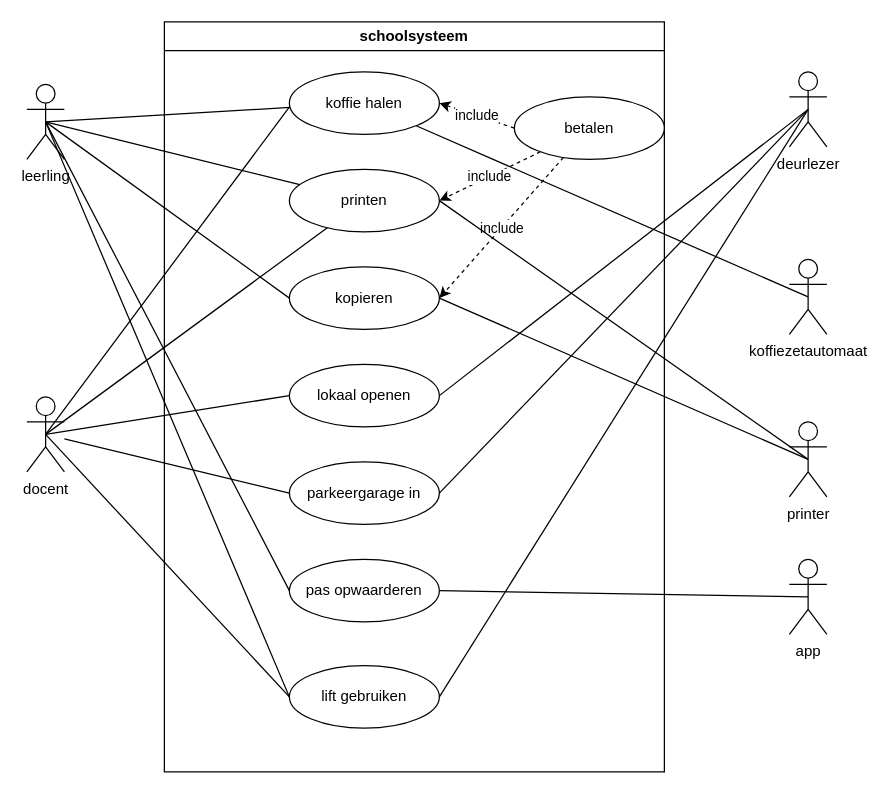
Yonaki51/OOP-extra-opdracht keeps this draw.io diagram as schoolsysteem.drawio. Above is the earlier version. Source tidied: cells renumbered, new cells numbered last; positions are measured from the earlier drawing's top-left corner, leaving out a move shared by most shapes. Both pictures are drawn from the tidied source at 125%, with x=0, y=0 at pixel (26, 21).
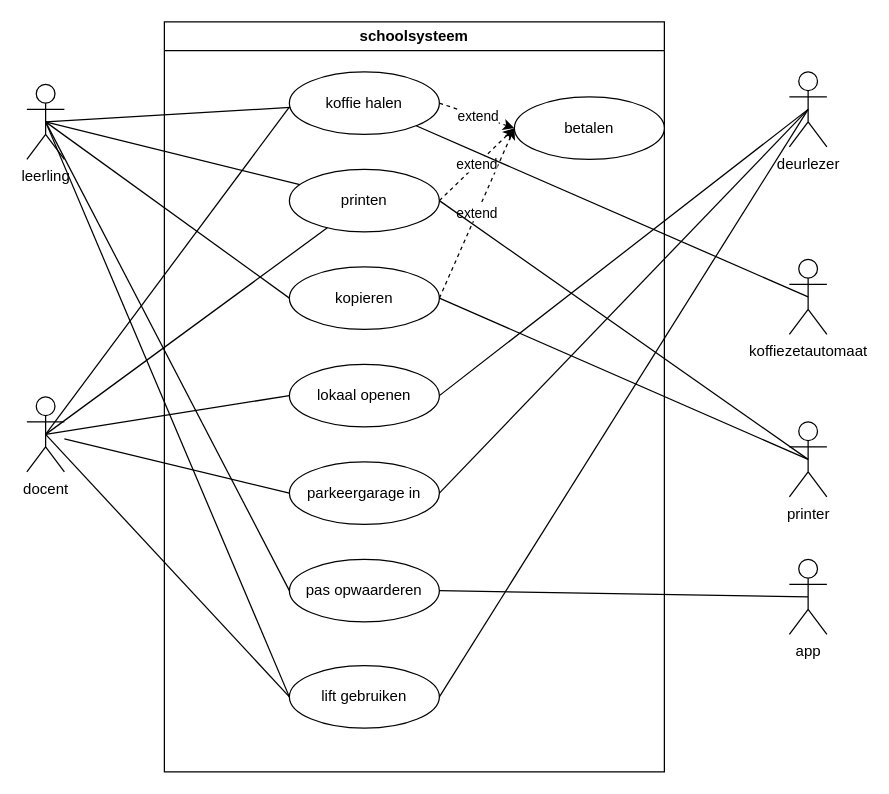
The same diagram, later.

Commit message:
include veranderd naar extend en de pijlen omgedraaid

The change refers to these unchanged cells:
```xml
<mxCell id="2" value="schoolsysteem" style="swimlane;whiteSpace=wrap;html=1;" parent="1" vertex="1">
  <mxGeometry x="110" width="400" height="600" as="geometry" />
</mxCell>
<mxCell id="3" value="koffie halen" style="ellipse;whiteSpace=wrap;html=1;" parent="2" vertex="1">
  <mxGeometry x="100" y="40" width="120" height="50" as="geometry" />
</mxCell>
<mxCell id="4" value="printen" style="ellipse;whiteSpace=wrap;html=1;" parent="2" vertex="1">
  <mxGeometry x="100" y="118" width="120" height="50" as="geometry" />
</mxCell>
<mxCell id="5" value="kopieren" style="ellipse;whiteSpace=wrap;html=1;" parent="2" vertex="1">
  <mxGeometry x="100" y="196" width="120" height="50" as="geometry" />
</mxCell>
<mxCell id="10" value="betalen" style="ellipse;whiteSpace=wrap;html=1;" parent="2" vertex="1">
  <mxGeometry x="280" y="60" width="120" height="50" as="geometry" />
</mxCell>
```

What changed in the source:
```diff
@@
-    <mxCell id="8" value="include" style="rounded=0;jettySize=auto;html=1;entryX=1;entryY=0.5;entryDx=0;entryDy=0;dashed=1;" parent="2" edge="1" source="10" target="5">
+    <mxCell id="8" value="extend" style="rounded=0;jettySize=auto;html=1;dashed=1;exitX=1;exitY=0.5;exitDx=0;exitDy=0;entryX=0;entryY=0.5;entryDx=0;entryDy=0;" parent="2" edge="1" source="5" target="10">
       <mxGeometry relative="1" as="geometry" />
     </mxCell>
-    <mxCell id="9" value="include" style="rounded=0;jettySize=auto;html=1;entryX=1;entryY=0.5;entryDx=0;entryDy=0;dashed=1;" parent="2" edge="1" source="10" target="4">
+    <mxCell id="9" value="extend" style="rounded=0;jettySize=auto;html=1;entryX=0;entryY=0.5;entryDx=0;entryDy=0;dashed=1;exitX=1;exitY=0.5;exitDx=0;exitDy=0;" parent="2" edge="1" source="4" target="10">
       <mxGeometry relative="1" as="geometry" />
     </mxCell>
@@
-    <mxCell id="12" style="endArrow=classic;html=1;rounded=0;exitX=0;exitY=0.5;exitDx=0;exitDy=0;entryX=1;entryY=0.5;entryDx=0;entryDy=0;dashed=1;" parent="2" edge="1" source="10" target="3">
+    <mxCell id="12" style="endArrow=classic;html=1;rounded=0;exitX=1;exitY=0.5;exitDx=0;exitDy=0;entryX=0;entryY=0.5;entryDx=0;entryDy=0;dashed=1;" parent="2" edge="1" source="3" target="10">
       <mxGeometry relative="1" as="geometry" />
     </mxCell>
-    <mxCell id="13" value="include" style="edgeLabel;html=1;align=center;verticalAlign=middle;" parent="12" vertex="1">
+    <mxCell id="13" value="extend" style="edgeLabel;html=1;align=center;verticalAlign=middle;" parent="12" vertex="1">
       <mxGeometry relative="1" as="geometry" />
     </mxCell>
```
